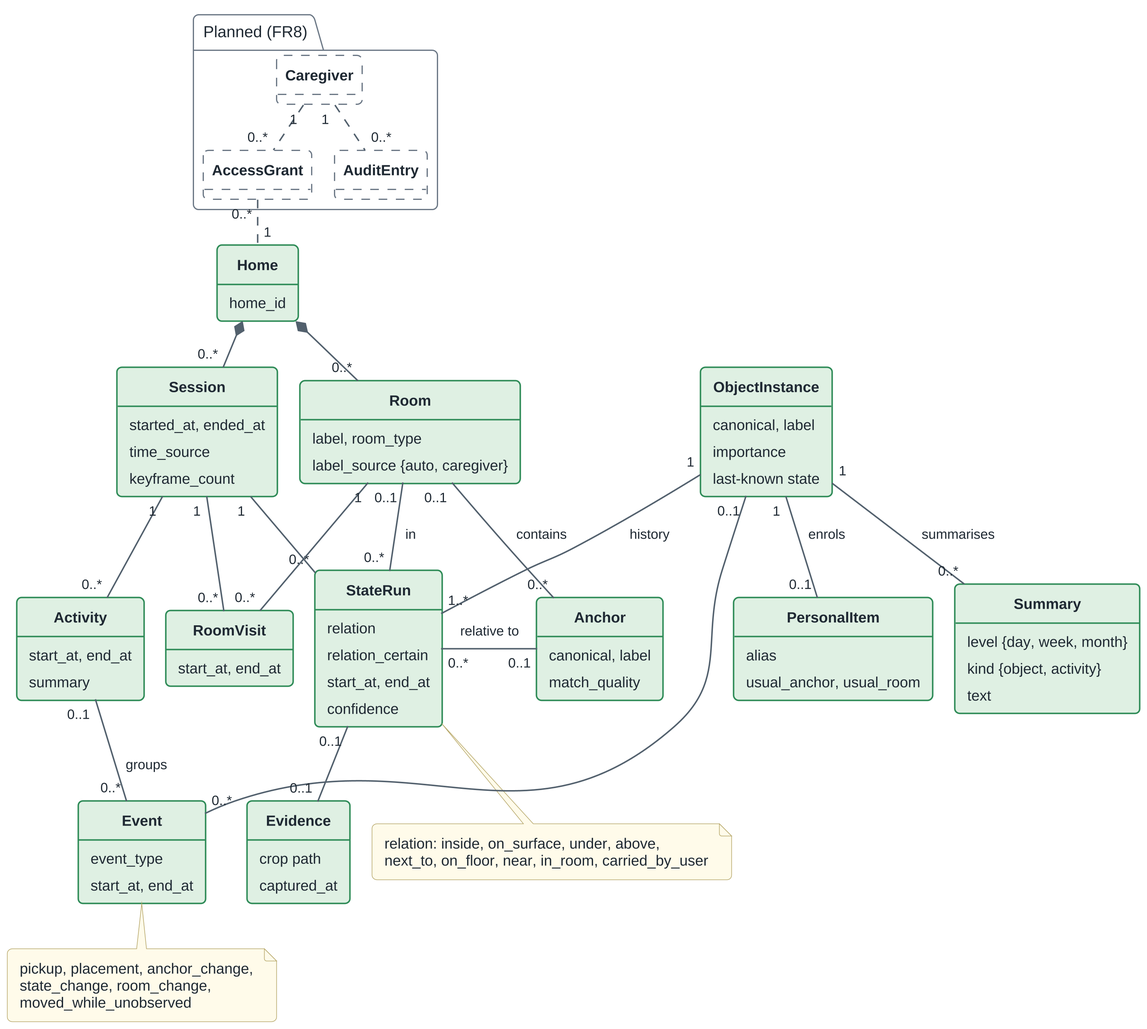
This is fyp1FinalReport/ThesisFigs/ch5-domain-model.png from fez-Ox/aegis, a PlantUML export, as it was before one commit.
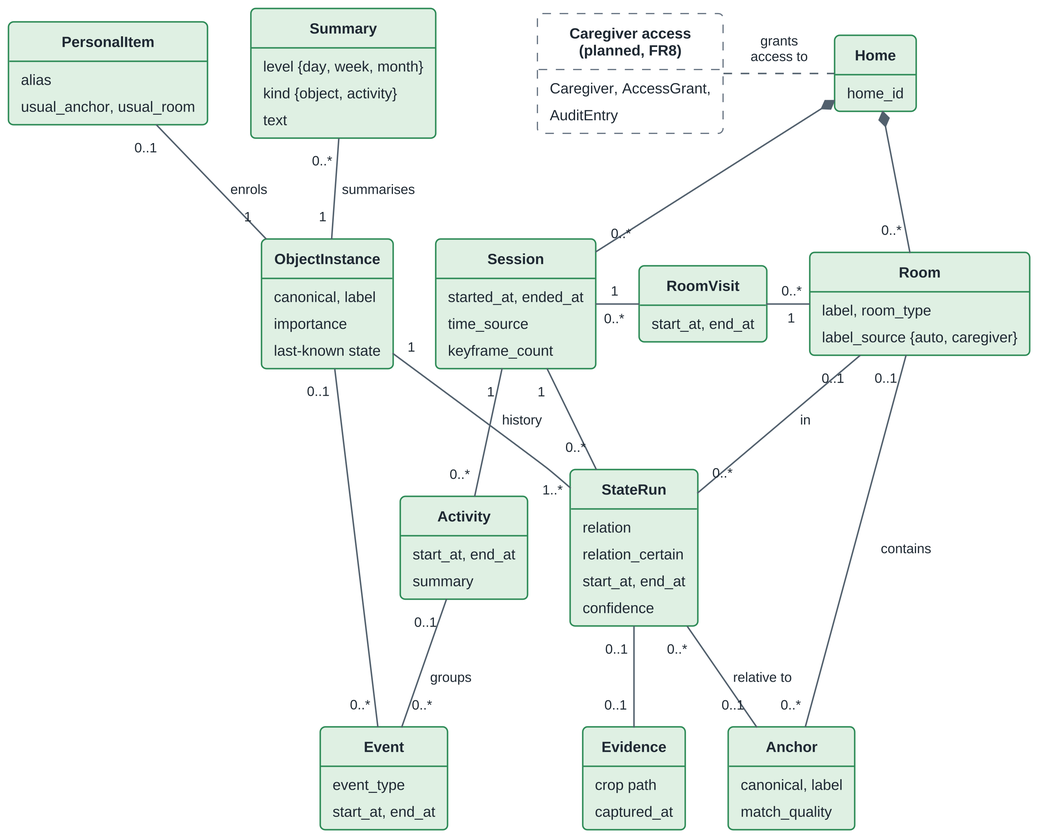
The same file after the commit.

The edit, as a diff of the source:
```diff
@@ -1,6 +1,5 @@
 @startuml ch5-domain-model
 !include _aegis_style.iuml
-!pragma layout smetana
 
 hide methods
 hide circle
@@ -65,40 +64,28 @@
   usual_anchor, usual_room
 }
 
-package "Planned (FR8)" #FFFFFF {
-  class Caregiver #FFFFFF;line.dashed;line:6B7785
-  class AccessGrant #FFFFFF;line.dashed;line:6B7785
-  class AuditEntry #FFFFFF;line.dashed;line:6B7785
+class "Caregiver access\n(planned, FR8)" as Planned #FFFFFF;line.dashed;line:6B7785 {
+  Caregiver, AccessGrant,
+  AuditEntry
 }
 
 Home *-- "0..*" Session
 Home *-- "0..*" Room
-Session "1" -- "0..*" RoomVisit
+Planned .right. Home : grants\naccess to
+Session "1" -right- "0..*" RoomVisit
 Session "1" -- "0..*" Activity
 Session "1" -- "0..*" StateRun
-Room "1" -- "0..*" RoomVisit
+RoomVisit "0..*" -right- "1" Room
 Room "0..1" -- "0..*" StateRun : in
 Room "0..1" -- "0..*" Anchor : contains
 ObjectInstance "1" -- "1..*" StateRun : history
-StateRun "0..*" -right- "0..1" Anchor : relative to
+StateRun "0..*" -- "0..1" Anchor : relative to
 ObjectInstance "0..1" -- "0..*" Event
 Activity "0..1" -- "0..*" Event : groups
+Activity -[hidden]right- StateRun
+Evidence -[hidden]right- Anchor
 StateRun "0..1" -- "0..1" Evidence
-ObjectInstance "1" -- "0..*" Summary : summarises
-ObjectInstance "1" -- "0..1" PersonalItem : enrols
-Caregiver "1" .. "0..*" AccessGrant
-Caregiver "1" .. "0..*" AuditEntry
-Home "1" .up. "0..*" AccessGrant
-RoomVisit -[hidden]right- StateRun
-StateRun -[hidden]right- Anchor
+ObjectInstance "1" -up- "0..*" Summary : summarises
+ObjectInstance "1" -up- "0..1" PersonalItem : enrols
 
-note bottom of StateRun
-  relation: inside, on_surface, under, above,
-  next_to, on_floor, near, in_room, carried_by_user
-end note
-note bottom of Event
-  pickup, placement, anchor_change,
-  state_change, room_change,
-  moved_while_unobserved
-end note
 @enduml
```
